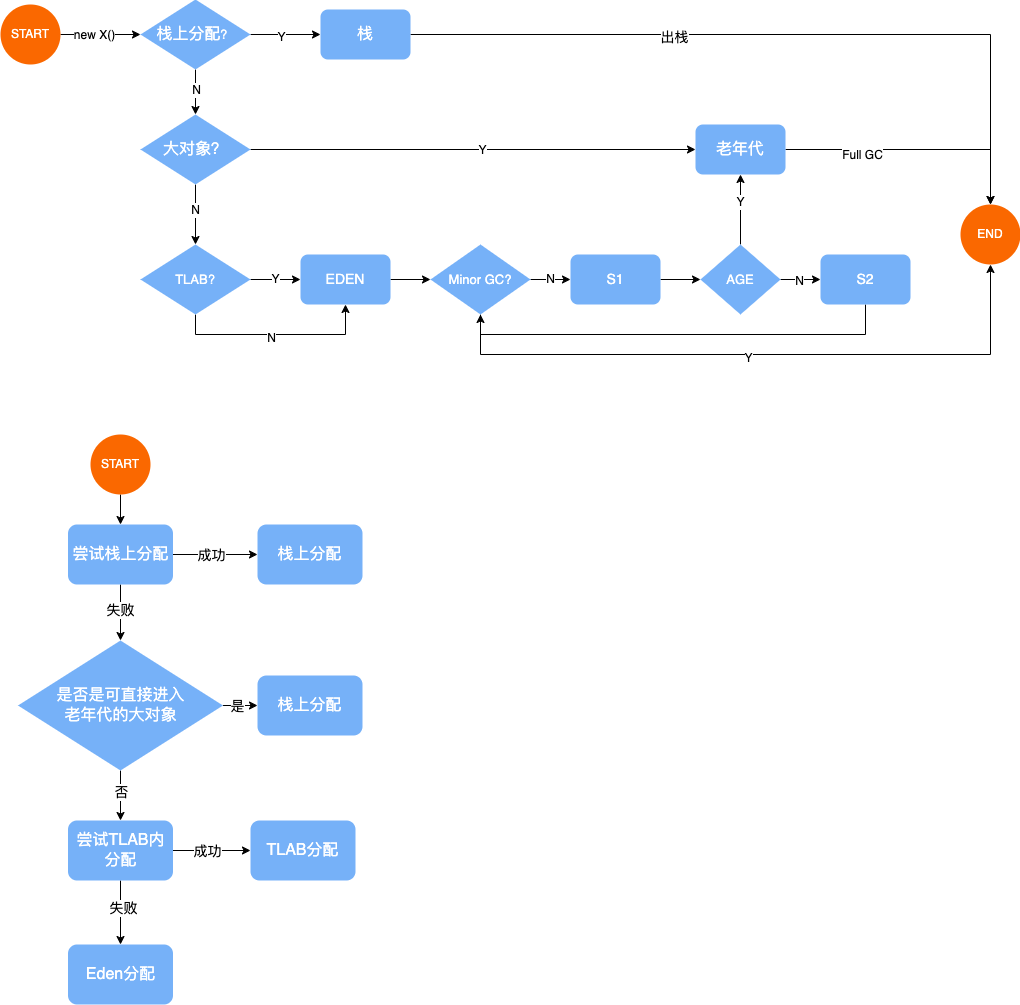
The draw.io diagram java/jvm/JVM - 内存分配流程图.drawio.png in lihongyiyi/tech-visuals, before a commit. Source tidied: cells renumbered, new cells last; positions are measured from the earlier drawing's top-left corner, leaving out a move shared by most shapes.
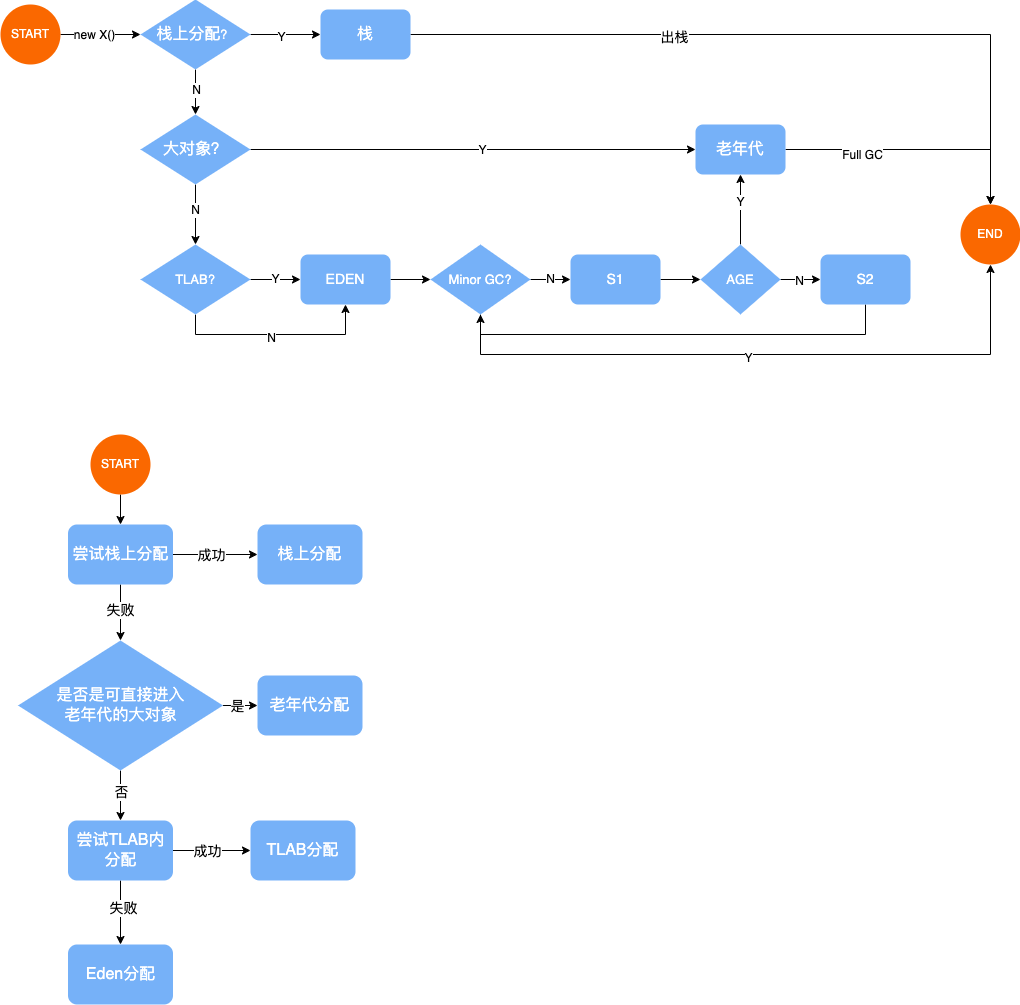
After the commit.

Commit message:
更新JVM - 内存分配流程图.drawio.png

The edit, as a diff of the source:
```diff
@@ -214,7 +214,7 @@
     <mxCell id="59" value="&lt;font color=&quot;#ffffff&quot;&gt;&lt;span style=&quot;font-size: 16px;&quot;&gt;栈上分配&lt;/span&gt;&lt;/font&gt;" style="rounded=1;whiteSpace=wrap;html=1;fillColor=#76b1f8;strokeColor=none;" parent="1" vertex="1">
       <mxGeometry x="257" y="525" width="105" height="60" as="geometry" />
     </mxCell>
-    <mxCell id="60" value="&lt;font color=&quot;#ffffff&quot;&gt;&lt;span style=&quot;font-size: 16px;&quot;&gt;栈上分配&lt;/span&gt;&lt;/font&gt;" style="rounded=1;whiteSpace=wrap;html=1;fillColor=#76b1f8;strokeColor=none;" parent="1" vertex="1">
+    <mxCell id="60" value="&lt;font color=&quot;#ffffff&quot;&gt;&lt;span style=&quot;font-size: 16px;&quot;&gt;老年代分配&lt;/span&gt;&lt;/font&gt;" style="rounded=1;whiteSpace=wrap;html=1;fillColor=#76b1f8;strokeColor=none;" parent="1" vertex="1">
       <mxGeometry x="257" y="676" width="105" height="60" as="geometry" />
     </mxCell>
     <mxCell id="61" value="&lt;font color=&quot;#ffffff&quot;&gt;&lt;span style=&quot;font-size: 16px;&quot;&gt;TLAB分配&lt;/span&gt;&lt;/font&gt;" style="rounded=1;whiteSpace=wrap;html=1;fillColor=#76b1f8;strokeColor=none;" parent="1" vertex="1">
```
